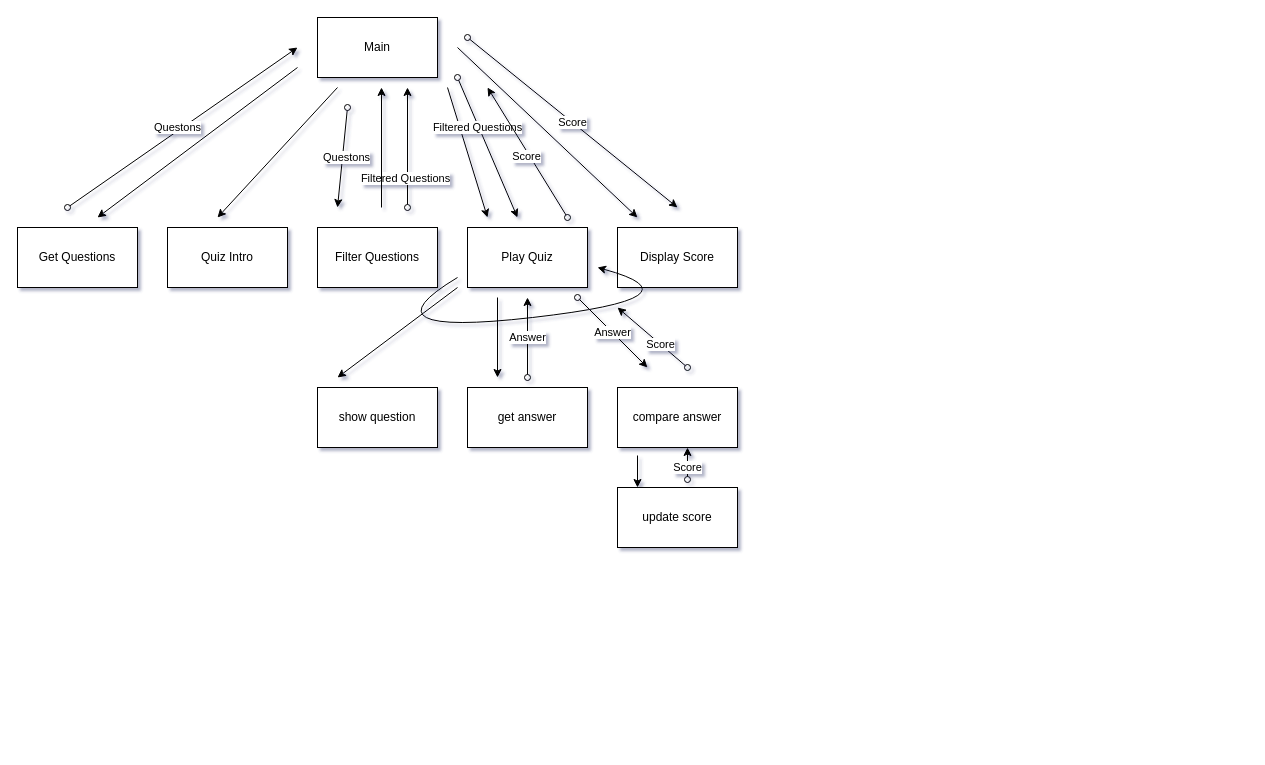
Fin-Peters/Quiz keeps this draw.io diagram as Untitled Diagram.drawio. Above is the earlier version. Source tidied: cells renumbered, new cells numbered last; positions are measured from the earlier drawing's top-left corner, leaving out a move shared by most shapes. Both pictures are drawn from the tidied source at 100%, with x=0, y=0 at pixel (17, 17).
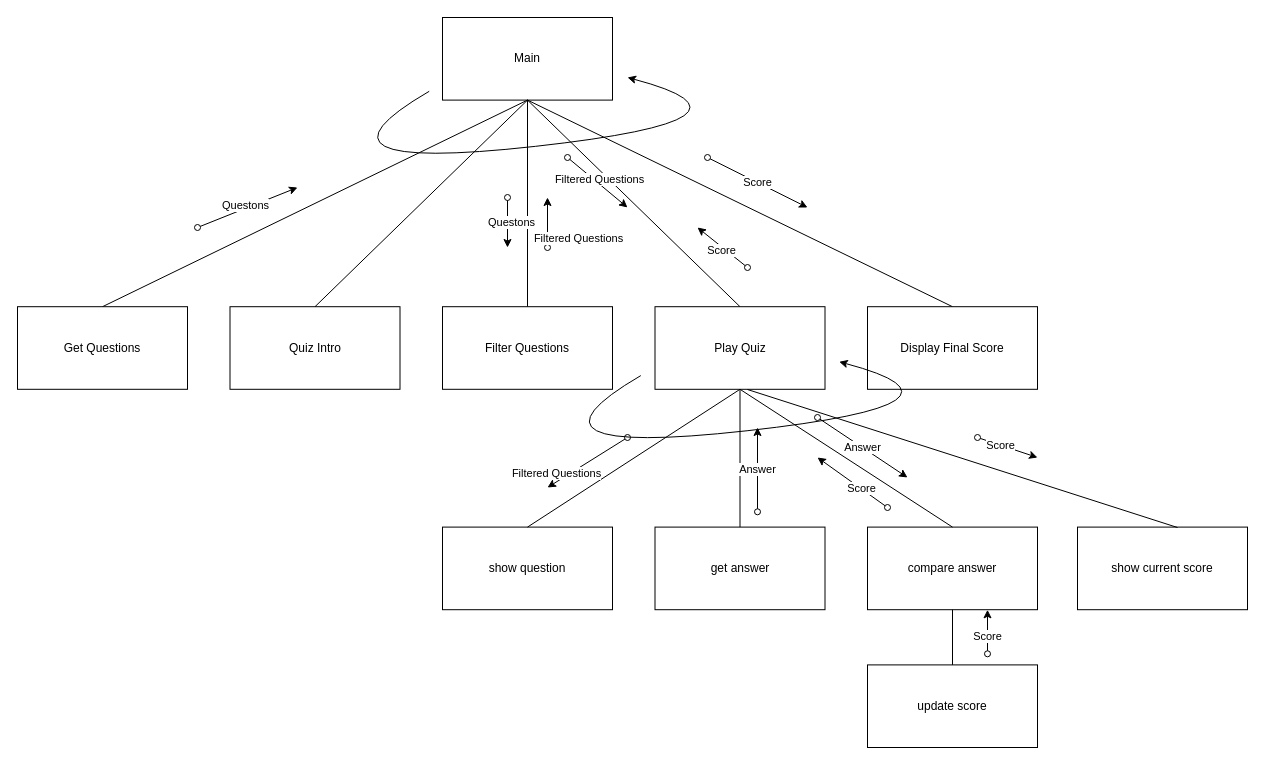
Above is the later version.

The edit, as a diff of the source:
```diff
@@
-<mxGraphModel shadow="1">
+<mxGraphModel>
@@
-    <mxCell id="2" value="Main" style="rounded=0;whiteSpace=wrap;html=1;" parent="1" vertex="1">
-      <mxGeometry x="300" width="120" height="60" as="geometry" />
+    <mxCell id="2" value="Main" style="rounded=0;whiteSpace=wrap;html=1;flipH=0;flipV=0;" parent="1" vertex="1">
+      <mxGeometry x="425" width="170" height="82.6" as="geometry" />
     </mxCell>
+    <mxCell id="7" style="endArrow=none;html=1;rounded=0;startFill=0;exitX=0.5;exitY=1;exitDx=0;exitDy=0;entryX=0.5;entryY=0;entryDx=0;entryDy=0;" parent="1" edge="1" source="2" target="3">
+      <mxGeometry relative="1" as="geometry" />
+    </mxCell>
+    <mxCell id="21" style="endArrow=none;html=1;rounded=0;startFill=0;entryX=0.5;entryY=1;entryDx=0;entryDy=0;exitX=0.5;exitY=0;exitDx=0;exitDy=0;" parent="1" edge="1" source="5" target="2">
+      <mxGeometry relative="1" as="geometry" />
+    </mxCell>
+    <mxCell id="9" style="endArrow=none;html=1;rounded=0;startFill=0;exitX=0.5;exitY=1;exitDx=0;exitDy=0;entryX=0.5;entryY=0;entryDx=0;entryDy=0;" parent="1" edge="1" source="2" target="6">
+      <mxGeometry relative="1" as="geometry" />
+    </mxCell>
+    <mxCell id="10" style="endArrow=none;html=1;rounded=0;startFill=0;exitX=0.5;exitY=1;exitDx=0;exitDy=0;entryX=0.5;entryY=0;entryDx=0;entryDy=0;" parent="1" edge="1" source="2" target="19">
+      <mxGeometry relative="1" as="geometry" />
+    </mxCell>
     <mxCell id="3" value="Get Questions" style="rounded=0;whiteSpace=wrap;html=1;" parent="1" vertex="1">
-      <mxGeometry y="210" width="120" height="60" as="geometry" />
+      <mxGeometry y="289.2" width="170" height="82.6" as="geometry" />
     </mxCell>
-    <mxCell id="4" value="Quiz Intro" style="rounded=0;whiteSpace=wrap;html=1;" parent="1" vertex="1">
-      <mxGeometry x="150" y="210" width="120" height="60" as="geometry" />
+    <mxCell id="4" value="Quiz Intro" style="rounded=0;whiteSpace=wrap;html=1;flipH=0;flipV=0;" parent="1" vertex="1">
+      <mxGeometry x="212.5" y="289.2" width="170" height="82.6" as="geometry" />
     </mxCell>
-    <mxCell id="5" value="Filter Questions" style="rounded=0;whiteSpace=wrap;html=1;" parent="1" vertex="1">
-      <mxGeometry x="300" y="210" width="120" height="60" as="geometry" />
+    <mxCell id="5" value="Filter Questions" style="rounded=0;whiteSpace=wrap;html=1;flipH=0;flipV=0;" parent="1" vertex="1">
+      <mxGeometry x="425" y="289.2" width="170" height="82.6" as="geometry" />
     </mxCell>
-    <mxCell id="6" value="Play Quiz" style="rounded=0;whiteSpace=wrap;html=1;" parent="1" vertex="1">
-      <mxGeometry x="450" y="210" width="120" height="60" as="geometry" />
+    <mxCell id="6" value="Play Quiz" style="rounded=0;whiteSpace=wrap;html=1;flipH=0;flipV=0;" parent="1" vertex="1">
+      <mxGeometry x="637.5" y="289.2" width="170" height="82.6" as="geometry" />
     </mxCell>
-    <mxCell id="7" style="endArrow=classic;html=1;rounded=0;" parent="1" edge="1">
-      <mxGeometry relative="1" as="geometry">
-        <mxPoint x="280" y="50" as="sourcePoint" />
-        <mxPoint x="80" y="200" as="targetPoint" />
-      </mxGeometry>
-    </mxCell>
-    <mxCell id="8" style="endArrow=classic;html=1;rounded=0;" parent="1" edge="1">
+    <mxCell id="8" style="endArrow=none;html=1;rounded=0;startFill=0;entryX=0.5;entryY=0;entryDx=0;entryDy=0;" parent="1" edge="1" target="4">
       <mxGeometry relative="1" as="geometry">
-        <mxPoint x="320" y="70" as="sourcePoint" />
-        <mxPoint x="200" y="200" as="targetPoint" />
+        <mxPoint x="510" y="82.6" as="sourcePoint" />
       </mxGeometry>
     </mxCell>
-    <mxCell id="9" style="endArrow=classic;html=1;rounded=0;" parent="1" edge="1">
-      <mxGeometry relative="1" as="geometry">
-        <mxPoint x="430" y="70" as="sourcePoint" />
-        <mxPoint x="470" y="200" as="targetPoint" />
-      </mxGeometry>
-    </mxCell>
-    <mxCell id="10" style="endArrow=classic;html=1;rounded=0;" parent="1" edge="1">
-      <mxGeometry relative="1" as="geometry">
-        <mxPoint x="440" y="30" as="sourcePoint" />
-        <mxPoint x="620" y="200" as="targetPoint" />
-      </mxGeometry>
-    </mxCell>
     <mxCell id="11" style="endArrow=classic;html=1;rounded=0;startArrow=oval;startFill=0;" parent="1" edge="1">
       <mxGeometry relative="1" as="geometry">
-        <mxPoint x="50" y="190" as="sourcePoint" />
-        <mxPoint x="280" y="30" as="targetPoint" />
+        <mxPoint x="180" y="210" as="sourcePoint" />
+        <mxPoint x="280" y="170" as="targetPoint" />
       </mxGeometry>
     </mxCell>
@@
     <mxCell id="13" style="endArrow=classic;html=1;rounded=0;startArrow=oval;startFill=0;" parent="1" edge="1">
       <mxGeometry relative="1" as="geometry">
-        <mxPoint x="330" y="90" as="sourcePoint" />
-        <mxPoint x="320" y="190" as="targetPoint" />
+        <mxPoint x="490" y="180" as="sourcePoint" />
+        <mxPoint x="490" y="230" as="targetPoint" />
       </mxGeometry>
     </mxCell>
@@
     <mxCell id="15" style="endArrow=classic;html=1;rounded=0;startArrow=oval;startFill=0;" parent="1" edge="1">
       <mxGeometry relative="1" as="geometry">
-        <mxPoint x="390" y="190" as="sourcePoint" />
-        <mxPoint x="390" y="70" as="targetPoint" />
+        <mxPoint x="530" y="230" as="sourcePoint" />
+        <mxPoint x="530" y="180" as="targetPoint" />
       </mxGeometry>
     </mxCell>
     <mxCell id="16" value="Filtered Questions" style="edgeLabel;html=1;align=center;verticalAlign=middle;" parent="15" vertex="1">
       <mxGeometry x="-0.03" y="3" relative="1" as="geometry">
-        <mxPoint y="28" as="offset" />
+        <mxPoint x="33" y="14" as="offset" />
       </mxGeometry>
     </mxCell>
     <mxCell id="17" style="endArrow=classic;html=1;rounded=0;startArrow=oval;startFill=0;" parent="1" edge="1">
       <mxGeometry relative="1" as="geometry">
-        <mxPoint x="440" y="60" as="sourcePoint" />
-        <mxPoint x="500" y="200" as="targetPoint" />
+        <mxPoint x="550" y="140" as="sourcePoint" />
+        <mxPoint x="610" y="190" as="targetPoint" />
       </mxGeometry>
     </mxCell>
     <mxCell id="18" value="Filtered Questions" style="edgeLabel;html=1;align=center;verticalAlign=middle;" parent="17" vertex="1">
       <mxGeometry x="-0.03" y="3" relative="1" as="geometry">
-        <mxPoint x="-12" y="-17" as="offset" />
+        <mxPoint y="-1" as="offset" />
       </mxGeometry>
     </mxCell>
-    <mxCell id="19" value="Display Score" style="rounded=0;whiteSpace=wrap;html=1;" parent="1" vertex="1">
-      <mxGeometry x="600" y="210" width="120" height="60" as="geometry" />
+    <mxCell id="19" value="Display Final Score" style="rounded=0;whiteSpace=wrap;html=1;flipH=0;flipV=0;" parent="1" vertex="1">
+      <mxGeometry x="850" y="289.2" width="170" height="82.6" as="geometry" />
     </mxCell>
     <mxCell id="20" value="Score" style="endArrow=classic;html=1;rounded=0;startArrow=oval;startFill=0;" parent="1" edge="1">
       <mxGeometry relative="1" as="geometry">
-        <mxPoint x="450" y="20" as="sourcePoint" />
-        <mxPoint x="660" y="190" as="targetPoint" />
+        <mxPoint x="690" y="140" as="sourcePoint" />
+        <mxPoint x="790" y="190" as="targetPoint" />
       </mxGeometry>
     </mxCell>
-    <mxCell id="21" style="endArrow=classic;html=1;rounded=0;" parent="1" edge="1">
-      <mxGeometry relative="1" as="geometry">
-        <mxPoint x="364" y="190" as="sourcePoint" />
-        <mxPoint x="364" y="70" as="targetPoint" />
-      </mxGeometry>
-    </mxCell>
     <mxCell id="22" style="endArrow=classic;html=1;rounded=0;startArrow=oval;startFill=0;" parent="1" edge="1">
       <mxGeometry relative="1" as="geometry">
-        <mxPoint x="550" y="200" as="sourcePoint" />
-        <mxPoint x="470" y="70" as="targetPoint" />
+        <mxPoint x="730" y="250" as="sourcePoint" />
+        <mxPoint x="680" y="210" as="targetPoint" />
       </mxGeometry>
     </mxCell>
@@
-    <mxCell id="24" value="show question" style="rounded=0;whiteSpace=wrap;html=1;" parent="1" vertex="1">
-      <mxGeometry x="300" y="370" width="120" height="60" as="geometry" />
+    <mxCell id="24" value="show question" style="rounded=0;whiteSpace=wrap;html=1;flipH=0;flipV=0;" parent="1" vertex="1">
+      <mxGeometry x="425" y="509.6" width="170" height="82.6" as="geometry" />
     </mxCell>
-    <mxCell id="25" value="get answer" style="rounded=0;whiteSpace=wrap;html=1;" parent="1" vertex="1">
-      <mxGeometry x="450" y="370" width="120" height="60" as="geometry" />
+    <mxCell id="25" value="get answer" style="rounded=0;whiteSpace=wrap;html=1;flipH=0;flipV=0;" parent="1" vertex="1">
+      <mxGeometry x="637.5" y="509.6" width="170" height="82.6" as="geometry" />
     </mxCell>
-    <mxCell id="26" value="compare answer" style="rounded=0;whiteSpace=wrap;html=1;" parent="1" vertex="1">
-      <mxGeometry x="600" y="370" width="120" height="60" as="geometry" />
+    <mxCell id="26" value="compare answer" style="rounded=0;whiteSpace=wrap;html=1;flipH=0;flipV=0;" parent="1" vertex="1">
+      <mxGeometry x="850" y="509.6" width="170" height="82.6" as="geometry" />
     </mxCell>
-    <mxCell id="27" style="endArrow=classic;html=1;rounded=0;" parent="1" edge="1">
-      <mxGeometry relative="1" as="geometry">
-        <mxPoint x="440" y="270" as="sourcePoint" />
-        <mxPoint x="320" y="360" as="targetPoint" />
-      </mxGeometry>
+    <mxCell id="27" style="endArrow=none;html=1;rounded=0;startFill=0;exitX=0.5;exitY=1;exitDx=0;exitDy=0;entryX=0.5;entryY=0;entryDx=0;entryDy=0;" parent="1" edge="1" source="6" target="24">
+      <mxGeometry relative="1" as="geometry" />
     </mxCell>
-    <mxCell id="28" style="endArrow=classic;html=1;rounded=0;" parent="1" edge="1">
-      <mxGeometry relative="1" as="geometry">
-        <mxPoint x="480" y="280" as="sourcePoint" />
-        <mxPoint x="480" y="360" as="targetPoint" />
-      </mxGeometry>
+    <mxCell id="28" style="endArrow=none;html=1;rounded=0;startFill=0;exitX=0.5;exitY=1;exitDx=0;exitDy=0;entryX=0.5;entryY=0;entryDx=0;entryDy=0;" parent="1" edge="1" source="6" target="25">
+      <mxGeometry relative="1" as="geometry" />
     </mxCell>
     <mxCell id="29" value="Answer" style="endArrow=classic;html=1;rounded=0;startArrow=oval;startFill=0;" parent="1" edge="1">
       <mxGeometry relative="1" as="geometry">
-        <mxPoint x="510" y="360" as="sourcePoint" />
-        <mxPoint x="510" y="280" as="targetPoint" />
+        <mxPoint x="740" y="494.3" as="sourcePoint" />
+        <mxPoint x="740" y="410" as="targetPoint" />
       </mxGeometry>
     </mxCell>
     <mxCell id="30" value="Answer" style="endArrow=classic;html=1;rounded=0;startArrow=oval;startFill=0;" parent="1" edge="1">
       <mxGeometry relative="1" as="geometry">
-        <mxPoint x="560" y="280" as="sourcePoint" />
-        <mxPoint x="630" y="350" as="targetPoint" />
+        <mxPoint x="800" y="400" as="sourcePoint" />
+        <mxPoint x="890" y="460" as="targetPoint" />
       </mxGeometry>
     </mxCell>
-    <mxCell id="31" value="update score" style="rounded=0;whiteSpace=wrap;html=1;" parent="1" vertex="1">
-      <mxGeometry x="600" y="470" width="120" height="60" as="geometry" />
+    <mxCell id="31" value="update score" style="rounded=0;whiteSpace=wrap;html=1;flipH=0;flipV=0;" parent="1" vertex="1">
+      <mxGeometry x="850" y="647.4" width="170" height="82.6" as="geometry" />
     </mxCell>
-    <mxCell id="32" style="endArrow=classic;html=1;rounded=0;" parent="1" edge="1">
-      <mxGeometry relative="1" as="geometry">
-        <mxPoint x="620" y="438" as="sourcePoint" />
-        <mxPoint x="620" y="470" as="targetPoint" />
-      </mxGeometry>
+    <mxCell id="32" style="endArrow=none;html=1;rounded=0;startFill=0;exitX=0.5;exitY=1;exitDx=0;exitDy=0;entryX=0.5;entryY=0;entryDx=0;entryDy=0;" parent="1" edge="1" source="26" target="31">
+      <mxGeometry relative="1" as="geometry" />
     </mxCell>
     <mxCell id="33" value="Score" style="endArrow=classic;html=1;rounded=0;startArrow=oval;startFill=0;" parent="1" edge="1">
       <mxGeometry x="-0.25" relative="1" as="geometry">
-        <mxPoint x="670" y="462" as="sourcePoint" />
-        <mxPoint x="670" y="430" as="targetPoint" />
+        <mxPoint x="970" y="636.3" as="sourcePoint" />
+        <mxPoint x="970" y="592.3" as="targetPoint" />
       </mxGeometry>
     </mxCell>
     <mxCell id="34" value="Score" style="endArrow=classic;html=1;rounded=0;startArrow=oval;startFill=0;" parent="1" edge="1">
       <mxGeometry x="-0.25" relative="1" as="geometry">
-        <mxPoint x="670" y="350" as="sourcePoint" />
-        <mxPoint x="600" y="290" as="targetPoint" />
+        <mxPoint x="870" y="490" as="sourcePoint" />
+        <mxPoint x="800" y="440" as="targetPoint" />
       </mxGeometry>
     </mxCell>
     <mxCell id="35" style="curved=1;endArrow=classic;html=1;rounded=0;" parent="1" edge="1">
       <mxGeometry relative="1" as="geometry">
-        <mxPoint x="440" y="260" as="sourcePoint" />
-        <mxPoint x="580" y="250" as="targetPoint" />
+        <mxPoint x="623.3" y="358.1" as="sourcePoint" />
+        <mxPoint x="821.7" y="344.3" as="targetPoint" />
         <Array as="points">
-          <mxPoint x="340" y="320" />
-          <mxPoint x="690" y="280" />
+          <mxPoint x="481.7" y="440.8" />
+          <mxPoint x="977.5" y="385.7" />
         </Array>
       </mxGeometry>
     </mxCell>
+    <mxCell id="36" style="endArrow=none;html=1;rounded=0;startFill=0;exitX=0.5;exitY=1;exitDx=0;exitDy=0;entryX=0.5;entryY=0;entryDx=0;entryDy=0;" parent="1" edge="1" source="6" target="26">
+      <mxGeometry relative="1" as="geometry" />
+    </mxCell>
+    <mxCell id="37" style="endArrow=classic;html=1;rounded=0;startArrow=oval;startFill=0;" parent="1" edge="1">
+      <mxGeometry relative="1" as="geometry">
+        <mxPoint x="610" y="420" as="sourcePoint" />
+        <mxPoint x="530" y="470" as="targetPoint" />
+      </mxGeometry>
+    </mxCell>
+    <mxCell id="38" value="Filtered Questions" style="edgeLabel;html=1;align=center;verticalAlign=middle;" parent="37" vertex="1">
+      <mxGeometry x="-0.03" y="3" relative="1" as="geometry">
+        <mxPoint x="-34" y="9" as="offset" />
+      </mxGeometry>
+    </mxCell>
+    <mxCell id="39" value="show current score" style="rounded=0;whiteSpace=wrap;html=1;flipH=0;flipV=0;" parent="1" vertex="1">
+      <mxGeometry x="1060" y="509.6" width="170" height="82.6" as="geometry" />
+    </mxCell>
+    <mxCell id="40" style="endArrow=none;html=1;rounded=0;startFill=0;" parent="1" edge="1">
+      <mxGeometry relative="1" as="geometry">
+        <mxPoint x="730" y="372" as="sourcePoint" />
+        <mxPoint x="1160" y="510" as="targetPoint" />
+      </mxGeometry>
+    </mxCell>
+    <mxCell id="41" value="Score" style="endArrow=classic;html=1;rounded=0;startArrow=oval;startFill=0;" parent="1" edge="1">
+      <mxGeometry x="-0.25" relative="1" as="geometry">
+        <mxPoint x="960" y="420" as="sourcePoint" />
+        <mxPoint x="1020" y="440" as="targetPoint" />
+      </mxGeometry>
+    </mxCell>
+    <mxCell id="42" style="curved=1;endArrow=classic;html=1;rounded=0;" parent="1" edge="1">
+      <mxGeometry relative="1" as="geometry">
+        <mxPoint x="411.7" y="73.8" as="sourcePoint" />
+        <mxPoint x="610" y="60" as="targetPoint" />
+        <Array as="points">
+          <mxPoint x="270" y="156.4" />
+          <mxPoint x="765.8" y="101.3" />
+        </Array>
+      </mxGeometry>
+    </mxCell>
```
